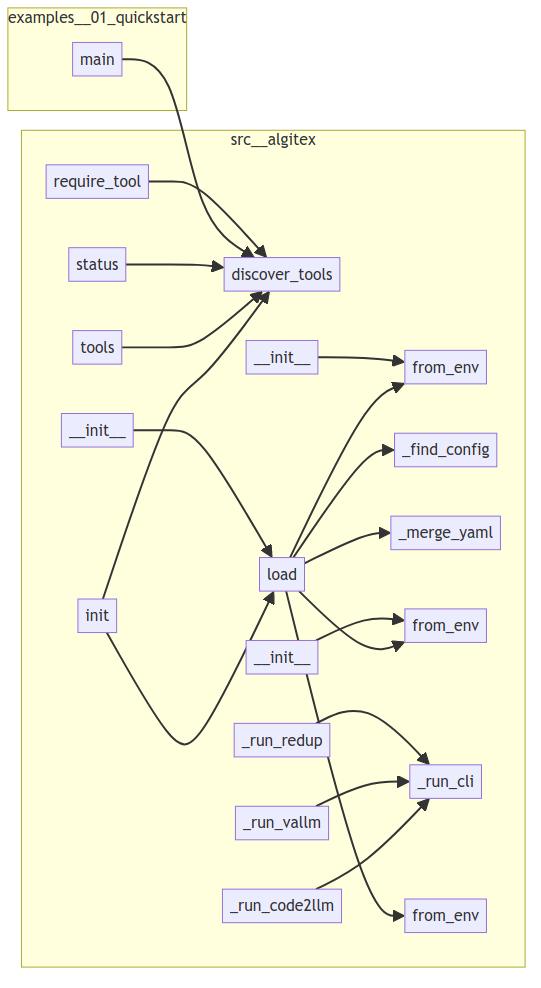
Before: project/calls.png, a diagram exported from Mermaid (semcod/algitex). Its source is kept beside it as project/calls.mmd.
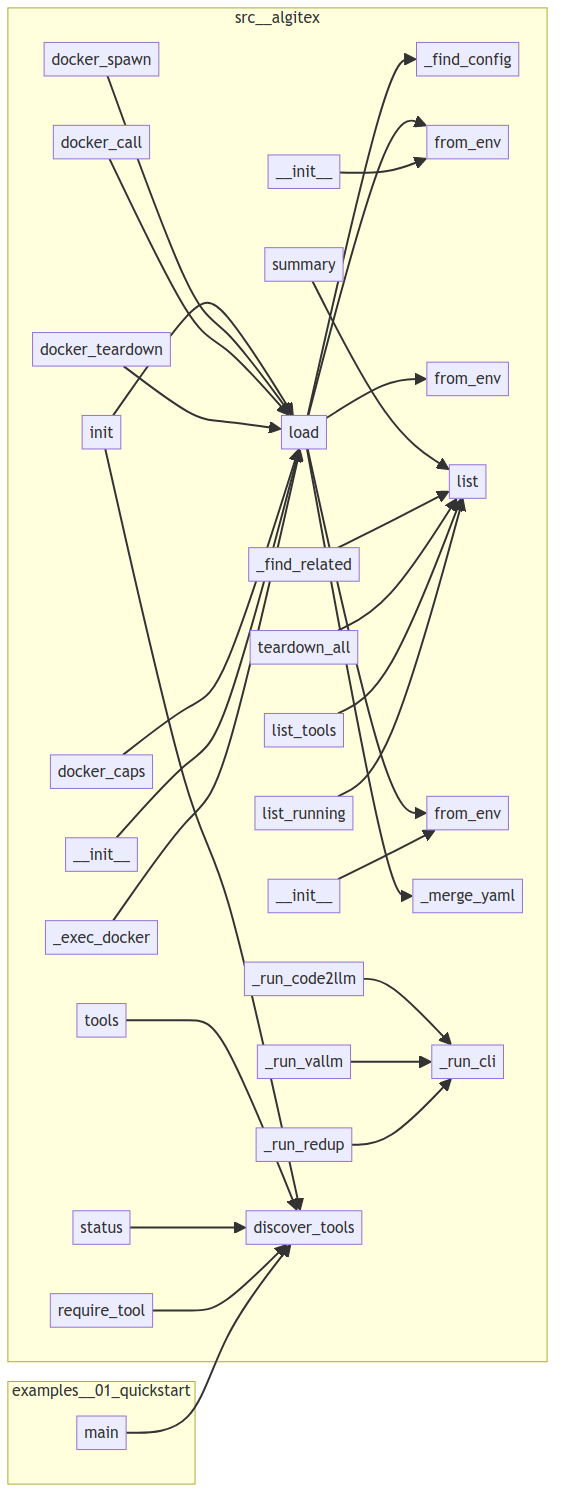
Above is the later version.

Change to the diagram source:
```diff
@@ -3,39 +3,60 @@
         examples__01_quickstart__main__main["main"]
     end
     subgraph src__algitex
+        src__algitex__config___find_config["_find_config"]
+        src__algitex__config__ProxyConfig__from_env["from_env"]
+        src__algitex__config__AnalysisConfig__from_env["from_env"]
+        src__algitex__tools__analysis__Analyzer___run_code2llm["_run_code2llm"]
+        src__algitex__cli__docker_spawn["docker_spawn"]
+        src__algitex__tools__proxy__Proxy____init__["__init__"]
+        src__algitex__tools__require_tool["require_tool"]
+        src__algitex__tools__context__ContextBuilder___find_related["_find_related"]
+        src__algitex__tools__tickets__Tickets__list["list"]
+        src__algitex__project__Project____init__["__init__"]
+        src__algitex__tools__docker__DockerToolManager__list_running["list_running"]
+        src__algitex__tools__docker__DockerToolManager__teardown_all["teardown_all"]
+        src__algitex__project__Project__status["status"]
+        src__algitex__cli__docker_caps["docker_caps"]
+        src__algitex__config__Config__load["load"]
+        src__algitex__cli__docker_call["docker_call"]
+        src__algitex__config__TicketConfig__from_env["from_env"]
+        src__algitex__propact__Workflow___exec_docker["_exec_docker"]
+        src__algitex__tools__analysis__Analyzer___run_redup["_run_redup"]
+        src__algitex__cli__init["init"]
+        src__algitex__tools__docker__DockerToolManager__list_tools["list_tools"]
+        src__algitex__tools__tickets__Tickets____init__["__init__"]
+        src__algitex__tools__analysis__Analyzer___run_vallm["_run_vallm"]
+        src__algitex__tools__telemetry__Telemetry__summary["summary"]
+        src__algitex__config___merge_yaml["_merge_yaml"]
+        src__algitex__cli__tools["tools"]
+        src__algitex__tools__analysis___run_cli["_run_cli"]
+        src__algitex__cli__docker_teardown["docker_teardown"]
         src__algitex__tools__discover_tools["discover_tools"]
-        src__algitex__tools__require_tool["require_tool"]
-        src__algitex__cli__tools["tools"]
-        src__algitex__config__ProxyConfig__from_env["from_env"]
-        src__algitex__tools__tickets__Tickets____init__["__init__"]
-        src__algitex__cli__init["init"]
-        src__algitex__config___find_config["_find_config"]
-        src__algitex__config___merge_yaml["_merge_yaml"]
-        src__algitex__project__Project____init__["__init__"]
-        src__algitex__tools__analysis__Analyzer___run_vallm["_run_vallm"]
-        src__algitex__config__TicketConfig__from_env["from_env"]
-        src__algitex__tools__analysis__Analyzer___run_code2llm["_run_code2llm"]
-        src__algitex__config__Config__load["load"]
-        src__algitex__tools__analysis__Analyzer___run_redup["_run_redup"]
-        src__algitex__project__Project__status["status"]
-        src__algitex__tools__analysis___run_cli["_run_cli"]
-        src__algitex__tools__proxy__Proxy____init__["__init__"]
-        src__algitex__config__AnalysisConfig__from_env["from_env"]
     end
     src__algitex__cli__init --> src__algitex__config__Config__load
     src__algitex__cli__init --> src__algitex__tools__discover_tools
     src__algitex__cli__tools --> src__algitex__tools__discover_tools
+    src__algitex__cli__docker_spawn --> src__algitex__config__Config__load
+    src__algitex__cli__docker_call --> src__algitex__config__Config__load
+    src__algitex__cli__docker_teardown --> src__algitex__config__Config__load
+    src__algitex__cli__docker_caps --> src__algitex__config__Config__load
     src__algitex__config__Config__load --> src__algitex__config__ProxyConfig__from_env
     src__algitex__config__Config__load --> src__algitex__config__TicketConfig__from_env
     src__algitex__config__Config__load --> src__algitex__config__AnalysisConfig__from_env
     src__algitex__config__Config__load --> src__algitex__config___find_config
     src__algitex__config__Config__load --> src__algitex__config___merge_yaml
-    src__algitex__tools__proxy__Proxy____init__ --> src__algitex__config__ProxyConfig__from_env
     src__algitex__project__Project____init__ --> src__algitex__config__Config__load
     src__algitex__project__Project__status --> src__algitex__tools__discover_tools
-    src__algitex__tools__tickets__Tickets____init__ --> src__algitex__config__TicketConfig__from_env
-    examples__01_quickstart__main__main --> src__algitex__tools__discover_tools
-    src__algitex__tools__require_tool --> src__algitex__tools__discover_tools
+    src__algitex__tools__proxy__Proxy____init__ --> src__algitex__config__ProxyConfig__from_env
+    src__algitex__tools__telemetry__Telemetry__summary --> src__algitex__tools__tickets__Tickets__list
     src__algitex__tools__analysis__Analyzer___run_code2llm --> src__algitex__tools__analysis___run_cli
     src__algitex__tools__analysis__Analyzer___run_vallm --> src__algitex__tools__analysis___run_cli
     src__algitex__tools__analysis__Analyzer___run_redup --> src__algitex__tools__analysis___run_cli
+    src__algitex__tools__require_tool --> src__algitex__tools__discover_tools
+    src__algitex__tools__context__ContextBuilder___find_related --> src__algitex__tools__tickets__Tickets__list
+    src__algitex__tools__tickets__Tickets____init__ --> src__algitex__config__TicketConfig__from_env
+    src__algitex__tools__docker__DockerToolManager__teardown_all --> src__algitex__tools__tickets__Tickets__list
+    src__algitex__tools__docker__DockerToolManager__list_tools --> src__algitex__tools__tickets__Tickets__list
+    src__algitex__tools__docker__DockerToolManager__list_running --> src__algitex__tools__tickets__Tickets__list
+    examples__01_quickstart__main__main --> src__algitex__tools__discover_tools
+    src__algitex__propact__Workflow___exec_docker --> src__algitex__config__Config__load
```
